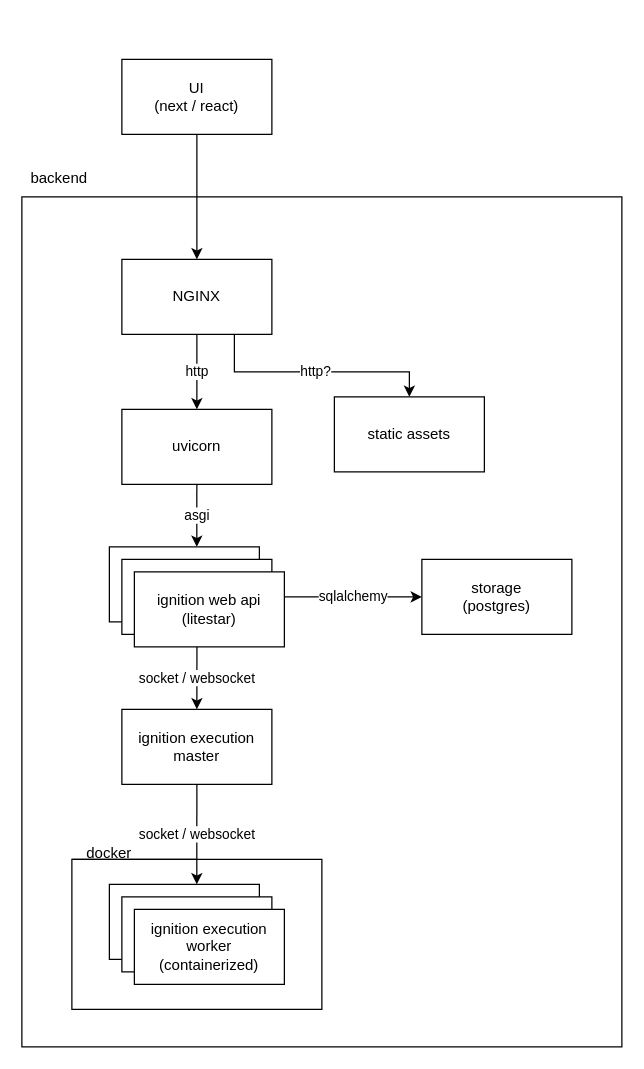
Before: ignition.drawio in EliasEriksson/ignition, a draw.io diagram. Source tidied: cells renumbered, new cells numbered last; positions are measured from the earlier drawing's top-left corner, leaving out a move shared by most shapes. Both pictures are drawn from the tidied source at 125%, with x=0, y=0 at pixel (21, 59).
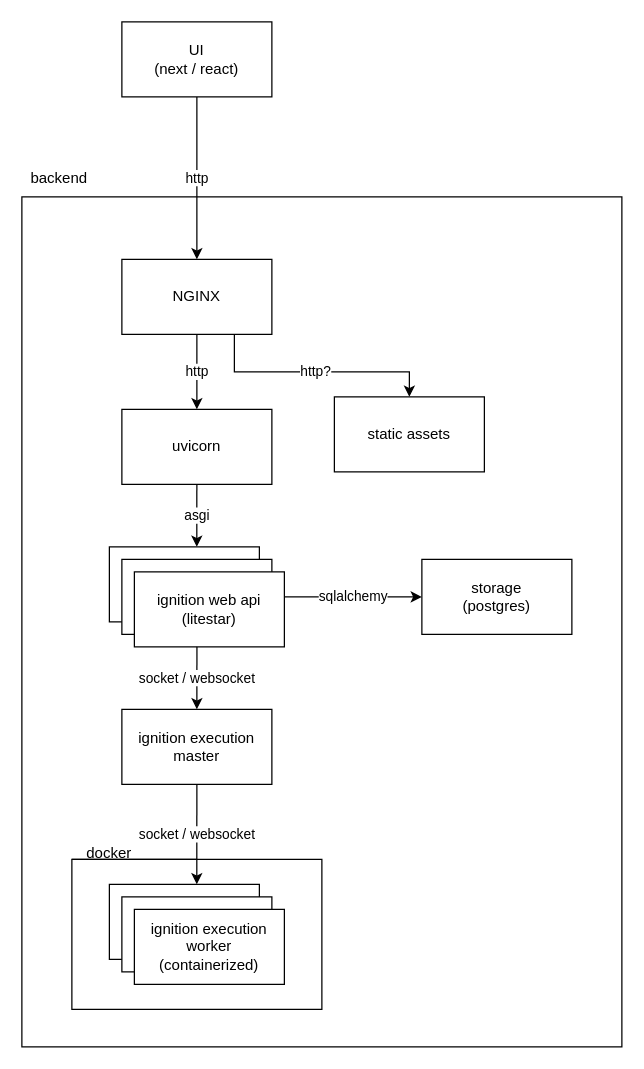
The same page after the edit.

Unchanged cells that the change refers to:
```xml
<mxCell id="6" value="NGINX" style="rounded=0;whiteSpace=wrap;html=1;fillColor=default;" parent="1" vertex="1">
  <mxGeometry x="80" y="160" width="120" height="60" as="geometry" />
</mxCell>
```

Diff of the diagram source:
```diff
@@
-    <mxCell id="2" style="edgeStyle=none;rounded=0;jettySize=auto;html=1;endArrow=classic;endFill=1;entryX=0.5;entryY=0;entryDx=0;entryDy=0;" parent="1" edge="1" source="3" target="6">
+    <mxCell id="2" value="http" style="edgeStyle=none;rounded=0;jettySize=auto;html=1;endArrow=classic;endFill=1;entryX=0.5;entryY=0;entryDx=0;entryDy=0;" parent="1" edge="1" source="3" target="6">
       <mxGeometry relative="1" as="geometry" />
     </mxCell>
     <mxCell id="3" value="&lt;div&gt;UI&lt;/div&gt;&lt;div&gt;(next / react)&lt;br&gt;&lt;/div&gt;" style="rounded=0;whiteSpace=wrap;html=1;" parent="1" vertex="1">
-      <mxGeometry x="80" width="120" height="60" as="geometry" />
+      <mxGeometry x="80" y="-30" width="120" height="60" as="geometry" />
     </mxCell>
```
